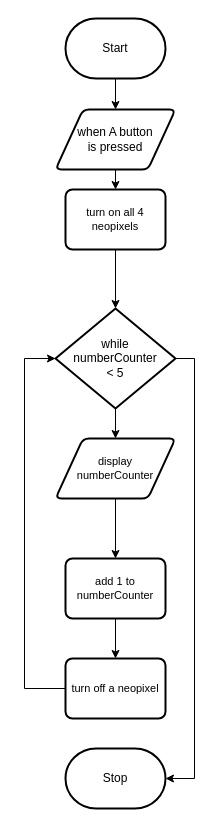
MTHS-TEJ2O-1-2024/TEJ2O-Unit-2-13B-bain-liao keeps this draw.io diagram as design/flowchart.drawio. Above is the earlier version. Source tidied: cells renumbered, new cells numbered last; positions are measured from the earlier drawing's top-left corner, leaving out a move shared by most shapes. Both pictures are drawn from the tidied source at 100%, with x=0, y=0 at pixel (24, 18).
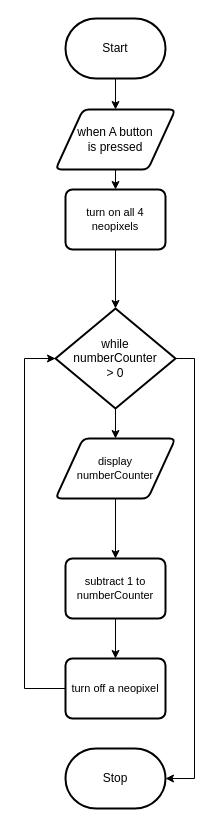
The same diagram, later.

Commit message (it also covers changes not shown here):
fixed flowchart to countdown instead of up

What changed in the source:
```diff
@@
-    <mxCell id="7" value="while&lt;br&gt;numberCounter&lt;br&gt;&amp;lt; 5" style="strokeWidth=2;html=1;shape=mxgraph.flowchart.decision;whiteSpace=wrap;" parent="1" vertex="1">
+    <mxCell id="7" value="while&lt;br&gt;numberCounter&lt;br&gt;&amp;gt; 0" style="strokeWidth=2;html=1;shape=mxgraph.flowchart.decision;whiteSpace=wrap;" parent="1" vertex="1">
       <mxGeometry x="31" y="290" width="120" height="100" as="geometry" />
     </mxCell>
@@
-    <mxCell id="11" value="add 1 to numberCounter" style="rounded=1;whiteSpace=wrap;html=1;absoluteArcSize=1;arcSize=14;strokeWidth=2;fontFamily=Helvetica;fontSize=11;fontColor=default;" parent="1" vertex="1">
+    <mxCell id="11" value="subtract 1 to numberCounter" style="rounded=1;whiteSpace=wrap;html=1;absoluteArcSize=1;arcSize=14;strokeWidth=2;fontFamily=Helvetica;fontSize=11;fontColor=default;" parent="1" vertex="1">
       <mxGeometry x="41" y="540" width="100" height="60" as="geometry" />
     </mxCell>
```
